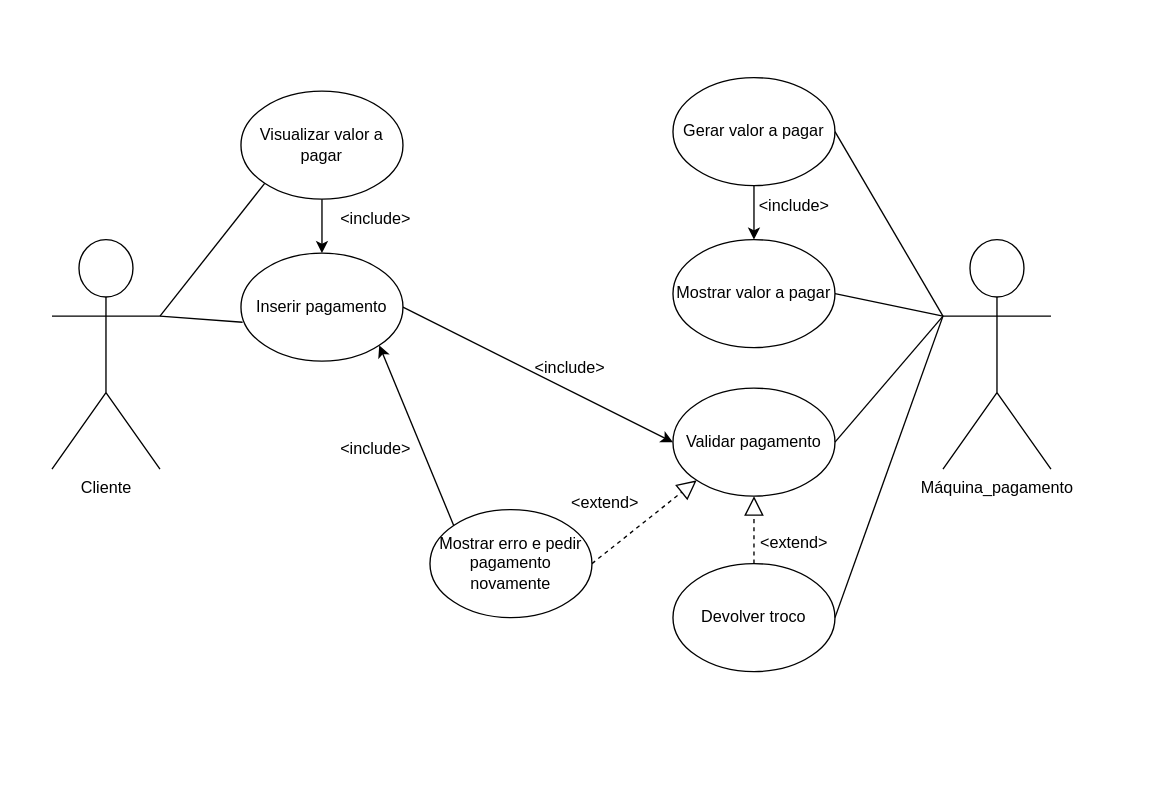
leonardoabreu546/projeto_c- keeps this draw.io diagram as máquina_pagamento.drawio. Above is the earlier version. Source tidied: cells renumbered, new cells numbered last; positions are measured from the earlier drawing's top-left corner, leaving out a move shared by most shapes. Both pictures are drawn from the tidied source at 135%, with x=0, y=0 at pixel (51, 77).
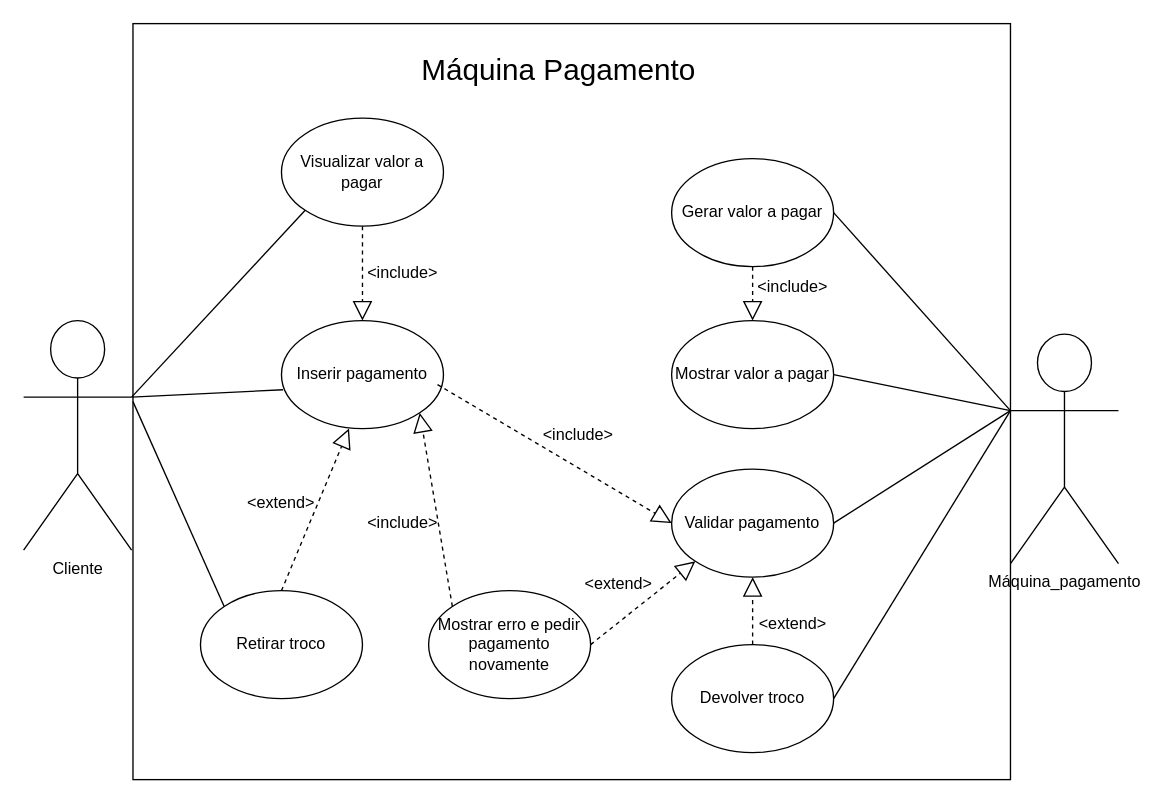
Above is the later version.

The edit, as a diff of the source:
```diff
@@
+    <mxCell id="29" style="rounded=0;whiteSpace=wrap;html=1;strokeWidth=1;fillStyle=hatch;" parent="1" vertex="1">
+      <mxGeometry x="60" y="-40" width="650" height="560" as="geometry" />
+    </mxCell>
     <mxCell id="2" value="Visualizar valor a pagar" style="ellipse;whiteSpace=wrap;html=1;" parent="1" vertex="1">
-      <mxGeometry x="140" y="10" width="120" height="80" as="geometry" />
+      <mxGeometry x="170" y="30" width="120" height="80" as="geometry" />
     </mxCell>
     <mxCell id="3" value="Gerar valor a pagar" style="ellipse;whiteSpace=wrap;html=1;" parent="1" vertex="1">
-      <mxGeometry x="460" width="120" height="80" as="geometry" />
+      <mxGeometry x="459" y="60" width="120" height="80" as="geometry" />
     </mxCell>
     <mxCell id="4" value="Validar pagamento" style="ellipse;whiteSpace=wrap;html=1;" parent="1" vertex="1">
-      <mxGeometry x="460" y="230" width="120" height="80" as="geometry" />
+      <mxGeometry x="459" y="290" width="120" height="80" as="geometry" />
     </mxCell>
     <mxCell id="5" value="Mostrar valor a pagar" style="ellipse;whiteSpace=wrap;html=1;" parent="1" vertex="1">
-      <mxGeometry x="460" y="120" width="120" height="80" as="geometry" />
+      <mxGeometry x="459" y="180" width="120" height="80" as="geometry" />
     </mxCell>
     <mxCell id="6" value="Devolver troco" style="ellipse;whiteSpace=wrap;html=1;" parent="1" vertex="1">
-      <mxGeometry x="460" y="360" width="120" height="80" as="geometry" />
+      <mxGeometry x="459" y="420" width="120" height="80" as="geometry" />
     </mxCell>
     <mxCell id="7" value="Inserir pagamento" style="ellipse;whiteSpace=wrap;html=1;" parent="1" vertex="1">
-      <mxGeometry x="140" y="130" width="120" height="80" as="geometry" />
+      <mxGeometry x="170" y="180" width="120" height="80" as="geometry" />
     </mxCell>
-    <mxCell id="8" style="endArrow=classic;html=1;rounded=0;exitX=0.5;exitY=1;exitDx=0;exitDy=0;entryX=0.5;entryY=0;entryDx=0;entryDy=0;" parent="1" edge="1" source="3" target="5">
-      <mxGeometry relative="1" as="geometry" />
-    </mxCell>
     <mxCell id="9" value="&amp;lt;include&amp;gt;" style="text;html=1;whiteSpace=wrap;strokeColor=none;fillColor=none;align=center;verticalAlign=middle;rounded=0;" parent="1" vertex="1">
-      <mxGeometry x="520" y="80" width="60" height="30" as="geometry" />
+      <mxGeometry x="519" y="140" width="60" height="30" as="geometry" />
     </mxCell>
-    <mxCell id="10" style="endArrow=classic;html=1;rounded=0;exitX=0.5;exitY=1;exitDx=0;exitDy=0;entryX=0.5;entryY=0;entryDx=0;entryDy=0;" parent="1" edge="1" source="2" target="7">
-      <mxGeometry relative="1" as="geometry" />
-    </mxCell>
     <mxCell id="11" value="&amp;lt;include&amp;gt;" style="text;html=1;whiteSpace=wrap;strokeColor=none;fillColor=none;align=center;verticalAlign=middle;rounded=0;" parent="1" vertex="1">
-      <mxGeometry x="210" y="90" width="60" height="30" as="geometry" />
+      <mxGeometry x="230" y="130" width="60" height="30" as="geometry" />
     </mxCell>
-    <mxCell id="12" style="endArrow=classic;html=1;rounded=0;entryX=0;entryY=0.5;entryDx=0;entryDy=0;exitX=1;exitY=0.5;exitDx=0;exitDy=0;" parent="1" edge="1" source="7" target="4">
-      <mxGeometry relative="1" as="geometry" />
-    </mxCell>
     <mxCell id="13" value="&amp;lt;include&amp;gt;" style="text;html=1;whiteSpace=wrap;strokeColor=none;fillColor=none;align=center;verticalAlign=middle;rounded=0;" parent="1" vertex="1">
-      <mxGeometry x="354" y="200" width="60" height="30" as="geometry" />
+      <mxGeometry x="360" y="250" width="60" height="30" as="geometry" />
     </mxCell>
     <mxCell id="14" value="Mostrar erro e pedir pagamento novamente" style="ellipse;whiteSpace=wrap;html=1;" parent="1" vertex="1">
-      <mxGeometry x="280" y="320" width="120" height="80" as="geometry" />
+      <mxGeometry x="279" y="380" width="120" height="80" as="geometry" />
     </mxCell>
@@
     <mxCell id="16" value="&amp;lt;extend&amp;gt;" style="text;html=1;whiteSpace=wrap;strokeColor=none;fillColor=none;align=center;verticalAlign=middle;rounded=0;" parent="1" vertex="1">
-      <mxGeometry x="380" y="300" width="60" height="30" as="geometry" />
+      <mxGeometry x="390" y="360" width="60" height="30" as="geometry" />
     </mxCell>
-    <mxCell id="17" style="endArrow=classic;html=1;rounded=0;entryX=1;entryY=1;entryDx=0;entryDy=0;exitX=0;exitY=0;exitDx=0;exitDy=0;" parent="1" edge="1" source="14" target="7">
-      <mxGeometry relative="1" as="geometry" />
-    </mxCell>
     <mxCell id="18" value="&amp;lt;include&amp;gt;" style="text;html=1;whiteSpace=wrap;strokeColor=none;fillColor=none;align=center;verticalAlign=middle;rounded=0;" parent="1" vertex="1">
-      <mxGeometry x="210" y="260" width="60" height="30" as="geometry" />
+      <mxGeometry x="230" y="315" width="60" height="30" as="geometry" />
     </mxCell>
@@
     <mxCell id="20" value="&amp;lt;extend&amp;gt;" style="text;html=1;whiteSpace=wrap;strokeColor=none;fillColor=none;align=center;verticalAlign=middle;rounded=0;" parent="1" vertex="1">
-      <mxGeometry x="520" y="330" width="60" height="30" as="geometry" />
+      <mxGeometry x="519" y="390" width="60" height="30" as="geometry" />
     </mxCell>
     <mxCell id="21" value="Cliente" style="shape=umlActor;verticalLabelPosition=bottom;verticalAlign=top;html=1;" parent="1" vertex="1">
-      <mxGeometry y="120" width="80" height="170" as="geometry" />
+      <mxGeometry x="-21" y="180" width="80" height="170" as="geometry" />
     </mxCell>
@@
     <mxCell id="24" value="Máquina_pagamento" style="shape=umlActor;verticalLabelPosition=bottom;verticalAlign=top;html=1;" parent="1" vertex="1">
-      <mxGeometry x="660" y="120" width="80" height="170" as="geometry" />
+      <mxGeometry x="710" y="190" width="80" height="170" as="geometry" />
     </mxCell>
@@
+    <mxCell id="30" value="&lt;font style=&quot;font-size: 22px;&quot;&gt;Máquina Pagamento&lt;/font&gt;" style="text;html=1;whiteSpace=wrap;strokeColor=none;fillColor=none;align=center;verticalAlign=middle;rounded=0;" parent="1" vertex="1">
+      <mxGeometry x="239.5" y="-40" width="271" height="70" as="geometry" />
+    </mxCell>
+    <mxCell id="17" style="endArrow=block;dashed=1;endFill=0;endSize=12;html=1;rounded=0;exitX=0;exitY=0;exitDx=0;exitDy=0;entryX=1;entryY=1;entryDx=0;entryDy=0;" parent="1" edge="1" source="14" target="7">
+      <mxGeometry relative="1" as="geometry" />
+    </mxCell>
+    <mxCell id="12" style="endArrow=block;dashed=1;endFill=0;endSize=12;html=1;rounded=0;exitX=0.963;exitY=0.592;exitDx=0;exitDy=0;entryX=0;entryY=0.5;entryDx=0;entryDy=0;exitPerimeter=0;" parent="1" edge="1" source="7" target="4">
+      <mxGeometry relative="1" as="geometry" />
+    </mxCell>
+    <mxCell id="10" style="endArrow=block;dashed=1;endFill=0;endSize=12;html=1;rounded=0;exitX=0.5;exitY=1;exitDx=0;exitDy=0;entryX=0.5;entryY=0;entryDx=0;entryDy=0;" parent="1" edge="1" source="2" target="7">
+      <mxGeometry relative="1" as="geometry" />
+    </mxCell>
+    <mxCell id="8" style="endArrow=block;dashed=1;endFill=0;endSize=12;html=1;rounded=0;exitX=0.5;exitY=1;exitDx=0;exitDy=0;entryX=0.5;entryY=0;entryDx=0;entryDy=0;" parent="1" edge="1" source="3" target="5">
+      <mxGeometry relative="1" as="geometry" />
+    </mxCell>
+    <mxCell id="31" value="Retirar troco" style="ellipse;whiteSpace=wrap;html=1;" parent="1" vertex="1">
+      <mxGeometry x="110" y="380" width="120" height="80" as="geometry" />
+    </mxCell>
+    <mxCell id="32" style="endArrow=none;html=1;rounded=0;entryX=0;entryY=0;entryDx=0;entryDy=0;" parent="1" edge="1" target="31">
+      <mxGeometry relative="1" as="geometry">
+        <mxPoint x="60" y="240" as="sourcePoint" />
+      </mxGeometry>
+    </mxCell>
+    <mxCell id="33" style="endArrow=block;dashed=1;endFill=0;endSize=12;html=1;rounded=0;exitX=0.5;exitY=0;exitDx=0;exitDy=0;entryX=0.417;entryY=1;entryDx=0;entryDy=0;entryPerimeter=0;" parent="1" edge="1" source="31" target="7">
+      <mxGeometry relative="1" as="geometry" />
+    </mxCell>
+    <mxCell id="34" value="&amp;lt;extend&amp;gt;" style="text;html=1;whiteSpace=wrap;strokeColor=none;fillColor=none;align=center;verticalAlign=middle;rounded=0;" parent="1" vertex="1">
+      <mxGeometry x="140" y="300" width="60" height="30" as="geometry" />
+    </mxCell>
```
